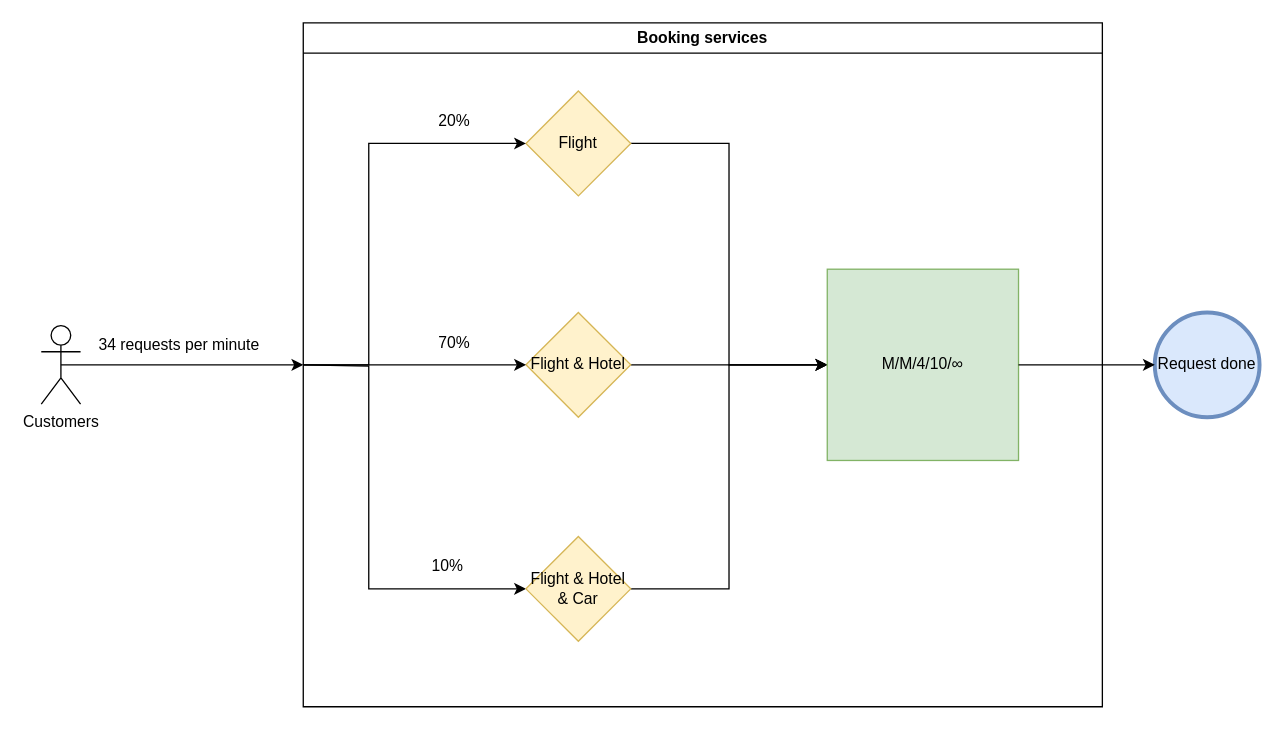
The draw.io diagram A2/problem.drawio in MScSoftwareTechnology2024-2025/1S_systems_modeling_and_simulation, before the edit. Source tidied: cells renumbered, new cells numbered last; positions are measured from the earlier drawing's top-left corner, leaving out a move shared by most shapes. Both pictures are drawn from the tidied source at 131%, with x=0, y=0 at pixel (41, 22).
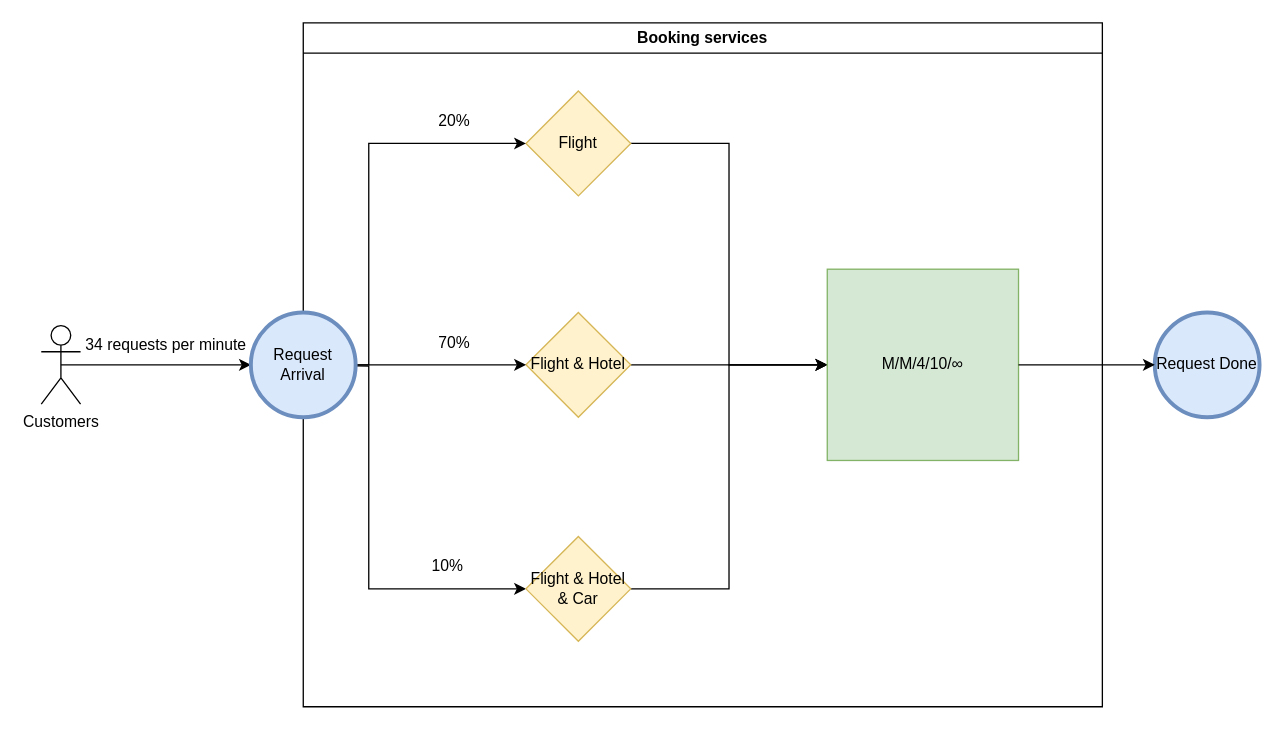
Above is the later version.

Unchanged cells that the change refers to:
```xml
<mxCell id="4" value="Customers" style="shape=umlActor;verticalLabelPosition=bottom;verticalAlign=top;html=1;outlineConnect=0;" parent="1" vertex="1">
  <mxGeometry y="231" width="30" height="60" as="geometry" />
</mxCell>
<mxCell id="5" value="Booking services" style="swimlane;whiteSpace=wrap;html=1;" parent="1" vertex="1">
  <mxGeometry x="200" width="610" height="522" as="geometry" />
</mxCell>
```

Change to the diagram source:
```diff
@@
-    <mxCell id="2" style="endArrow=classic;html=1;rounded=0;exitX=0.5;exitY=0.5;exitDx=0;exitDy=0;exitPerimeter=0;entryX=0;entryY=0.5;entryDx=0;entryDy=0;" parent="1" edge="1" source="4" target="5">
+    <mxCell id="2" style="endArrow=classic;html=1;rounded=0;exitX=0.5;exitY=0.5;exitDx=0;exitDy=0;exitPerimeter=0;entryX=0;entryY=0.5;entryDx=0;entryDy=0;" parent="1" edge="1" source="22" target="5">
       <mxGeometry relative="1" as="geometry" />
     </mxCell>
     <mxCell id="3" value="34 requests per minute" style="text;html=1;align=center;verticalAlign=middle;strokeColor=none;fillColor=none;" parent="1" vertex="1">
-      <mxGeometry x="30" y="231" width="150" height="30" as="geometry" />
+      <mxGeometry x="20" y="231" width="150" height="30" as="geometry" />
     </mxCell>
@@
-    <mxCell id="19" value="Request done" style="ellipse;whiteSpace=wrap;html=1;fillColor=#dae8fc;strokeColor=#6c8ebf;strokeWidth=3;" parent="1" vertex="1">
+    <mxCell id="19" value="Request Done" style="ellipse;whiteSpace=wrap;html=1;fillColor=#dae8fc;strokeColor=#6c8ebf;strokeWidth=3;" parent="1" vertex="1">
       <mxGeometry x="850" y="221" width="80" height="80" as="geometry" />
     </mxCell>
@@
+    <mxCell id="21" style="endArrow=classic;html=1;rounded=0;exitX=0.5;exitY=0.5;exitDx=0;exitDy=0;exitPerimeter=0;entryX=0;entryY=0.5;entryDx=0;entryDy=0;" parent="1" edge="1" source="4" target="22">
+      <mxGeometry relative="1" as="geometry" />
+    </mxCell>
+    <mxCell id="22" value="Request Arrival" style="ellipse;whiteSpace=wrap;html=1;fillColor=#dae8fc;strokeColor=#6c8ebf;strokeWidth=3;" parent="1" vertex="1">
+      <mxGeometry x="160" y="221" width="80" height="80" as="geometry" />
+    </mxCell>
```
